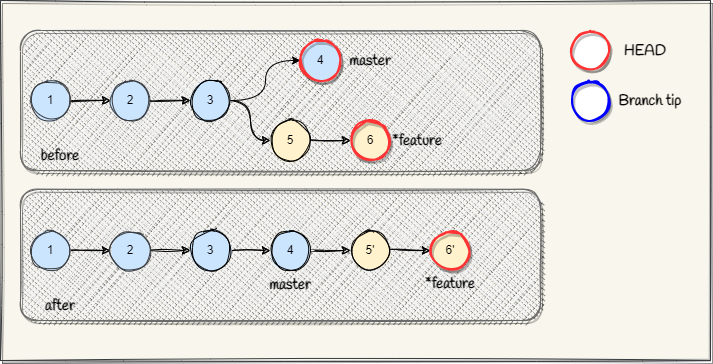
braboj/tutorial-git keeps this draw.io diagram as Assets/images/git-merge-rebase.png. Above is the earlier version. Source tidied: cells renumbered, new cells last; positions are measured from the earlier drawing's top-left corner, leaving out a move shared by most shapes.
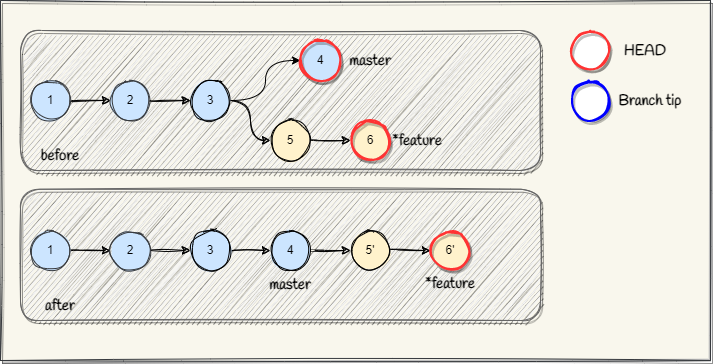
The same diagram one commit later.

The edit, as a diff of the source:
```diff
@@ -5,10 +5,10 @@
     <mxCell id="2" style="rounded=0;whiteSpace=wrap;html=1;sketch=1;fillStyle=solid;fontFamily=Lucida Console;strokeColor=#36393d;fillColor=#f9f7ed;shadow=1;" parent="1" vertex="1">
       <mxGeometry width="710" height="360" as="geometry" />
     </mxCell>
-    <mxCell id="3" style="rounded=1;whiteSpace=wrap;html=1;sketch=1;fillStyle=cross-hatch;fillColor=#f5f5f5;fontColor=#333333;strokeColor=#666666;shadow=1;" parent="1" vertex="1">
+    <mxCell id="3" style="rounded=1;whiteSpace=wrap;html=1;sketch=1;fillStyle=hachure;fillColor=#f5f5f5;fontColor=#333333;strokeColor=#666666;shadow=1;" parent="1" vertex="1">
       <mxGeometry x="20" y="188.8" width="520" height="131.2" as="geometry" />
     </mxCell>
-    <mxCell id="4" style="rounded=1;whiteSpace=wrap;html=1;sketch=1;fillStyle=cross-hatch;fillColor=#f5f5f5;fontColor=#333333;strokeColor=#666666;shadow=1;" parent="1" vertex="1">
+    <mxCell id="4" style="rounded=1;whiteSpace=wrap;html=1;sketch=1;fillStyle=hachure;fillColor=#f5f5f5;fontColor=#333333;strokeColor=#666666;shadow=1;" parent="1" vertex="1">
       <mxGeometry x="20" y="30" width="520" height="140" as="geometry" />
     </mxCell>
     <mxCell id="5" style="edgeStyle=orthogonalEdgeStyle;rounded=0;jettySize=auto;html=1;entryX=0;entryY=0.5;entryDx=0;entryDy=0;sketch=1;curved=1;" parent="1" edge="1" source="6" target="8">
```
